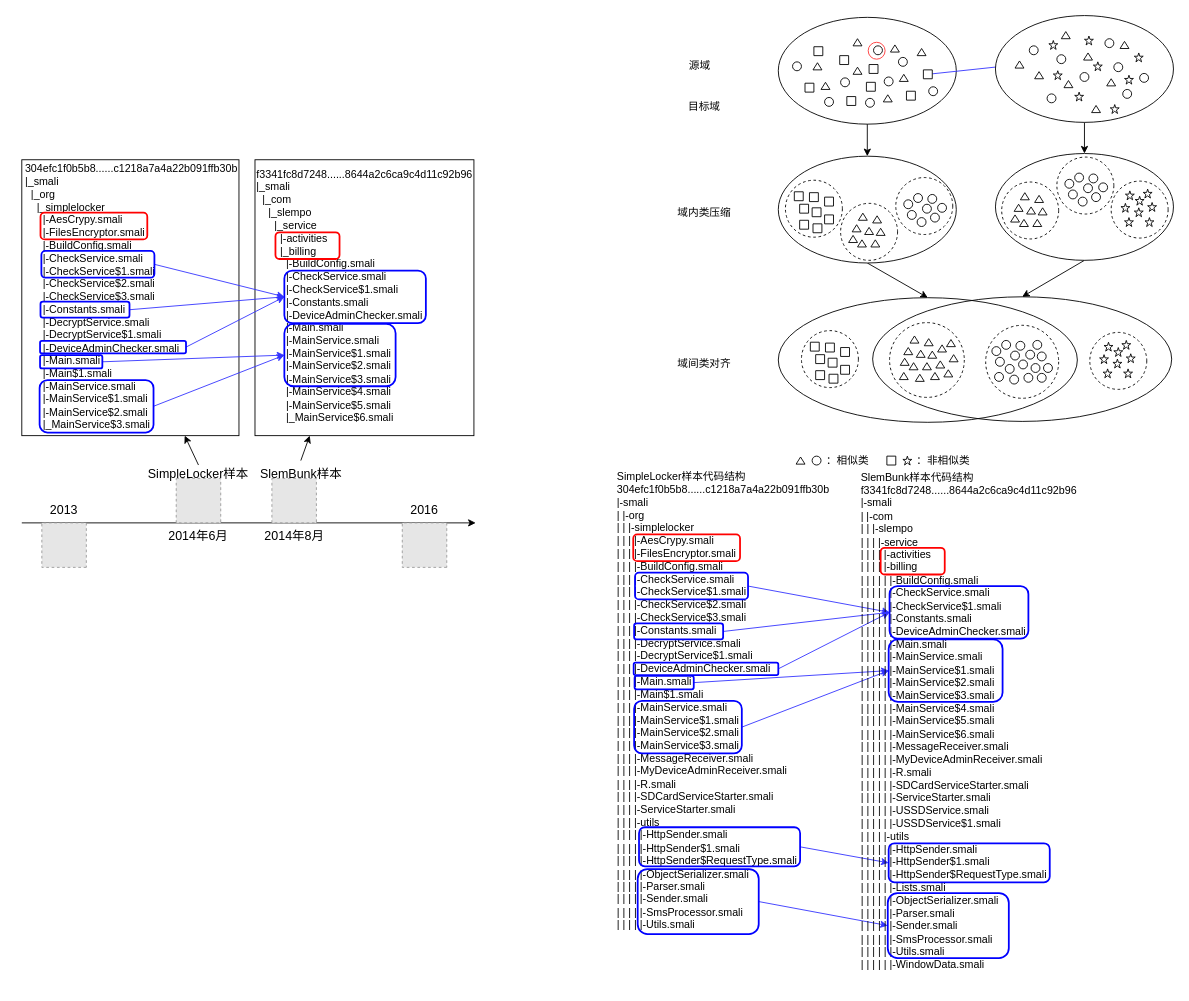
Above: motivationalExample.drawio in sunray42/diagrams (draw.io), before the change. Source tidied: cells renumbered, new cells numbered last; positions are measured from the earlier drawing's top-left corner, leaving out a move shared by most shapes. Both pictures are drawn from the tidied source at 89%, with x=0, y=0 at pixel (21, 15). Pictures stored in the file or linked from it are replaced by grey dashed boxes.
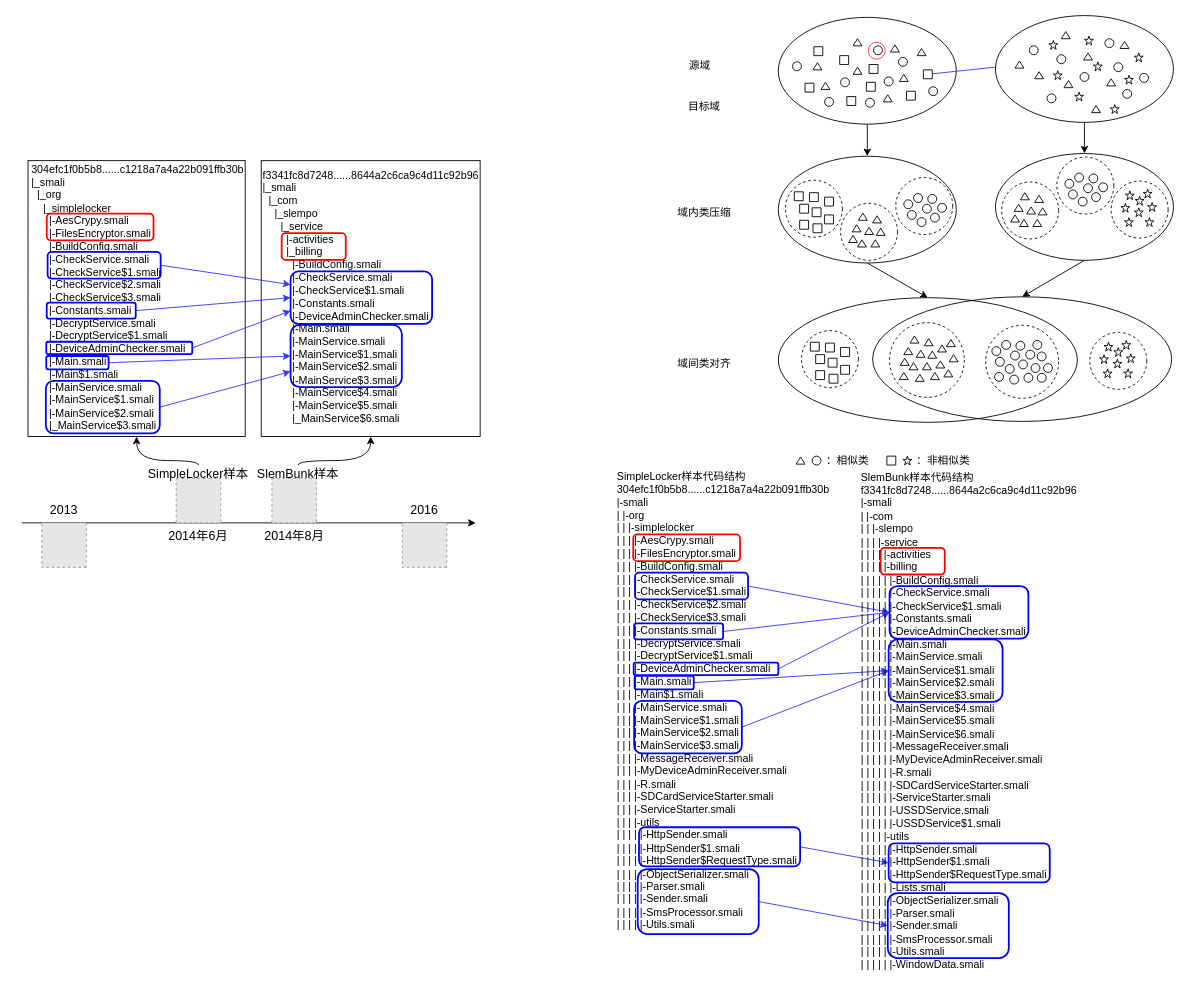
After the change.

Unchanged cells that the change refers to:
```xml
<mxCell id="221" value="SimpleLocker样本" style="text;html=1;strokeColor=none;fillColor=none;align=center;verticalAlign=middle;whiteSpace=wrap;rounded=0;fontSize=14;" parent="1" vertex="1">
  <mxGeometry x="141" y="505" width="115" height="20" as="geometry" />
</mxCell>
```

What changed in the source:
```diff
@@
     <mxCell id="2" value="&lt;div style=&quot;&quot;&gt;&lt;span style=&quot;background-color: initial;&quot;&gt;f3341fc8d7248......8644a2c6ca9c4d11c92b96&lt;/span&gt;&lt;br&gt;&lt;/div&gt;&lt;div style=&quot;&quot;&gt;&lt;font style=&quot;font-size: 12px;&quot;&gt;|_smali&lt;/font&gt;&lt;/div&gt;&lt;div style=&quot;&quot;&gt;&lt;font style=&quot;font-size: 12px;&quot;&gt;&amp;nbsp; |_com&lt;/font&gt;&lt;/div&gt;&lt;div style=&quot;&quot;&gt;&lt;font style=&quot;font-size: 12px;&quot;&gt;&lt;span style=&quot;&quot;&gt;&amp;nbsp; &amp;nbsp;&lt;/span&gt;&lt;span style=&quot;&quot;&gt;&amp;nbsp;&lt;/span&gt;|_slempo&lt;/font&gt;&lt;/div&gt;&lt;div style=&quot;&quot;&gt;&lt;font style=&quot;font-size: 12px;&quot;&gt;&lt;span style=&quot;&quot;&gt;&amp;nbsp; &amp;nbsp;&lt;/span&gt;&lt;span style=&quot;&quot;&gt;&amp;nbsp;&amp;nbsp;&lt;/span&gt;&lt;span style=&quot;&quot;&gt;&amp;nbsp;&lt;/span&gt;|_service&lt;/font&gt;&lt;/div&gt;&lt;div style=&quot;&quot;&gt;&lt;font style=&quot;font-size: 12px;&quot;&gt;&lt;span style=&quot;&quot;&gt;&amp;nbsp; &amp;nbsp;&lt;/span&gt;&lt;span style=&quot;&quot;&gt;&amp;nbsp;&amp;nbsp;&lt;/span&gt;&lt;span style=&quot;&quot;&gt;&amp;nbsp;&amp;nbsp;&lt;/span&gt;&lt;span style=&quot;&quot;&gt;&amp;nbsp;&lt;/span&gt;|-activities&lt;/font&gt;&lt;/div&gt;&lt;div style=&quot;&quot;&gt;&lt;font style=&quot;font-size: 12px;&quot;&gt;&lt;span style=&quot;&quot;&gt;&amp;nbsp; &amp;nbsp;&lt;/span&gt;&lt;span style=&quot;&quot;&gt;&amp;nbsp;&amp;nbsp;&lt;/span&gt;&lt;span style=&quot;&quot;&gt;&amp;nbsp;&amp;nbsp;&lt;/span&gt;&lt;span style=&quot;&quot;&gt;&amp;nbsp;&lt;/span&gt;|_billing&lt;/font&gt;&lt;/div&gt;&lt;div style=&quot;&quot;&gt;&lt;font style=&quot;font-size: 12px;&quot;&gt;&lt;span style=&quot;&quot;&gt;&amp;nbsp; &amp;nbsp;&lt;/span&gt;&lt;span style=&quot;&quot;&gt;&amp;nbsp;&amp;nbsp;&lt;/span&gt;&lt;span style=&quot;&quot;&gt;&amp;nbsp;&amp;nbsp;&lt;/span&gt;&lt;span style=&quot;&quot;&gt;&amp;nbsp;&amp;nbsp;&lt;/span&gt;&lt;span style=&quot;&quot;&gt;&amp;nbsp;&lt;/span&gt;|-BuildConfig.smali&lt;/font&gt;&lt;/div&gt;&lt;div style=&quot;&quot;&gt;&lt;font style=&quot;font-size: 12px;&quot;&gt;&lt;span style=&quot;&quot;&gt;&amp;nbsp; &amp;nbsp;&lt;/span&gt;&lt;span style=&quot;&quot;&gt;&amp;nbsp;&amp;nbsp;&lt;/span&gt;&lt;span style=&quot;&quot;&gt;&amp;nbsp;&amp;nbsp;&lt;/span&gt;&lt;span style=&quot;&quot;&gt;&amp;nbsp;&amp;nbsp;&lt;/span&gt;&lt;span style=&quot;&quot;&gt;&amp;nbsp;&lt;/span&gt;|-CheckService.smali&lt;/font&gt;&lt;/div&gt;&lt;div style=&quot;&quot;&gt;&lt;font style=&quot;font-size: 12px;&quot;&gt;&lt;span style=&quot;&quot;&gt;&amp;nbsp; &amp;nbsp;&lt;/span&gt;&lt;span style=&quot;&quot;&gt;&amp;nbsp;&amp;nbsp;&lt;/span&gt;&lt;span style=&quot;&quot;&gt;&amp;nbsp;&amp;nbsp;&lt;/span&gt;&lt;span style=&quot;&quot;&gt;&amp;nbsp;&amp;nbsp;&lt;/span&gt;&lt;span style=&quot;&quot;&gt;&amp;nbsp;&lt;/span&gt;|-CheckService$1.smali&lt;/font&gt;&lt;/div&gt;&lt;div style=&quot;&quot;&gt;&lt;font style=&quot;font-size: 12px;&quot;&gt;&lt;span style=&quot;&quot;&gt;&amp;nbsp; &amp;nbsp;&lt;/span&gt;&lt;span style=&quot;&quot;&gt;&amp;nbsp;&amp;nbsp;&lt;/span&gt;&lt;span style=&quot;&quot;&gt;&amp;nbsp;&amp;nbsp;&lt;/span&gt;&lt;span style=&quot;&quot;&gt;&amp;nbsp;&amp;nbsp;&lt;/span&gt;&lt;span style=&quot;&quot;&gt;&amp;nbsp;&lt;/span&gt;|-Constants.smali&lt;/font&gt;&lt;/div&gt;&lt;div style=&quot;&quot;&gt;&lt;font style=&quot;font-size: 12px;&quot;&gt;&lt;span style=&quot;&quot;&gt;&amp;nbsp; &amp;nbsp;&lt;/span&gt;&lt;span style=&quot;&quot;&gt;&amp;nbsp;&amp;nbsp;&lt;/span&gt;&lt;span style=&quot;&quot;&gt;&amp;nbsp;&amp;nbsp;&lt;/span&gt;&lt;span style=&quot;&quot;&gt;&amp;nbsp;&amp;nbsp;&lt;/span&gt;&lt;span style=&quot;&quot;&gt;&amp;nbsp;&lt;/span&gt;|-DeviceAdminChecker.smali&lt;/font&gt;&lt;/div&gt;&lt;div style=&quot;&quot;&gt;&lt;font style=&quot;font-size: 12px;&quot;&gt;&lt;span style=&quot;&quot;&gt;&amp;nbsp; &amp;nbsp;&lt;/span&gt;&lt;span style=&quot;&quot;&gt;&amp;nbsp;&amp;nbsp;&lt;/span&gt;&lt;span style=&quot;&quot;&gt;&amp;nbsp;&amp;nbsp;&lt;/span&gt;&lt;span style=&quot;&quot;&gt;&amp;nbsp;&amp;nbsp;&lt;/span&gt;&lt;span style=&quot;&quot;&gt;&amp;nbsp;&lt;/span&gt;|-Main.smali&lt;/font&gt;&lt;/div&gt;&lt;div style=&quot;&quot;&gt;&lt;font style=&quot;font-size: 12px;&quot;&gt;&lt;span style=&quot;&quot;&gt;&amp;nbsp; &amp;nbsp;&lt;/span&gt;&lt;span style=&quot;&quot;&gt;&amp;nbsp;&amp;nbsp;&lt;/span&gt;&lt;span style=&quot;&quot;&gt;&amp;nbsp;&amp;nbsp;&lt;/span&gt;&lt;span style=&quot;&quot;&gt;&amp;nbsp;&amp;nbsp;&lt;/span&gt;&lt;span style=&quot;&quot;&gt;&amp;nbsp;&lt;/span&gt;|-MainService.smali&lt;/font&gt;&lt;/div&gt;&lt;div style=&quot;&quot;&gt;&lt;font style=&quot;font-size: 12px;&quot;&gt;&lt;span style=&quot;&quot;&gt;&amp;nbsp; &amp;nbsp;&lt;/span&gt;&lt;span style=&quot;&quot;&gt;&amp;nbsp;&amp;nbsp;&lt;/span&gt;&lt;span style=&quot;&quot;&gt;&amp;nbsp;&amp;nbsp;&lt;/span&gt;&lt;span style=&quot;&quot;&gt;&amp;nbsp;&amp;nbsp;&lt;/span&gt;&lt;span style=&quot;&quot;&gt;&amp;nbsp;&lt;/span&gt;|-MainService$1.smali&lt;/font&gt;&lt;/div&gt;&lt;div style=&quot;&quot;&gt;&lt;font style=&quot;font-size: 12px;&quot;&gt;&lt;span style=&quot;&quot;&gt;&amp;nbsp; &amp;nbsp;&lt;/span&gt;&lt;span style=&quot;&quot;&gt;&amp;nbsp;&amp;nbsp;&lt;/span&gt;&lt;span style=&quot;&quot;&gt;&amp;nbsp;&amp;nbsp;&lt;/span&gt;&lt;span style=&quot;&quot;&gt;&amp;nbsp;&amp;nbsp;&lt;/span&gt;&lt;span style=&quot;&quot;&gt;&amp;nbsp;&lt;/span&gt;|-MainService$2.smali&lt;/font&gt;&lt;/div&gt;&lt;div style=&quot;&quot;&gt;&lt;font style=&quot;font-size: 12px;&quot;&gt;&lt;span style=&quot;&quot;&gt;&amp;nbsp; &amp;nbsp;&lt;/span&gt;&lt;span style=&quot;&quot;&gt;&amp;nbsp;&amp;nbsp;&lt;/span&gt;&lt;span style=&quot;&quot;&gt;&amp;nbsp;&amp;nbsp;&lt;/span&gt;&lt;span style=&quot;&quot;&gt;&amp;nbsp;&amp;nbsp;&lt;/span&gt;&lt;span style=&quot;&quot;&gt;&amp;nbsp;&lt;/span&gt;|-MainService$3.smali&lt;/font&gt;&lt;/div&gt;&lt;div style=&quot;&quot;&gt;&lt;font style=&quot;font-size: 12px;&quot;&gt;&lt;span style=&quot;&quot;&gt;&amp;nbsp; &amp;nbsp;&lt;/span&gt;&lt;span style=&quot;&quot;&gt;&amp;nbsp;&amp;nbsp;&lt;/span&gt;&lt;span style=&quot;&quot;&gt;&amp;nbsp;&amp;nbsp;&lt;/span&gt;&lt;span style=&quot;&quot;&gt;&amp;nbsp;&amp;nbsp;&lt;/span&gt;&lt;span style=&quot;&quot;&gt;&amp;nbsp;&lt;/span&gt;|-MainService$4.smali&lt;/font&gt;&lt;/div&gt;&lt;div style=&quot;&quot;&gt;&lt;font style=&quot;font-size: 12px;&quot;&gt;&lt;span style=&quot;&quot;&gt;&amp;nbsp; &amp;nbsp;&lt;/span&gt;&lt;span style=&quot;&quot;&gt;&amp;nbsp;&amp;nbsp;&lt;/span&gt;&lt;span style=&quot;&quot;&gt;&amp;nbsp;&amp;nbsp;&lt;/span&gt;&lt;span style=&quot;&quot;&gt;&amp;nbsp;&amp;nbsp;&lt;/span&gt;&lt;span style=&quot;&quot;&gt;&amp;nbsp;&lt;/span&gt;|-MainService$5.smali&lt;/font&gt;&lt;/div&gt;&lt;div style=&quot;&quot;&gt;&lt;font style=&quot;font-size: 12px;&quot;&gt;&lt;span style=&quot;&quot;&gt;&amp;nbsp;&amp;nbsp;&lt;/span&gt;&lt;span style=&quot;&quot;&gt;&amp;nbsp;&amp;nbsp;&lt;/span&gt;&lt;span style=&quot;&quot;&gt;&amp;nbsp;&amp;nbsp;&lt;/span&gt;&lt;span style=&quot;&quot;&gt;&amp;nbsp;&amp;nbsp;&lt;/span&gt;&lt;span style=&quot;&quot;&gt;&amp;nbsp;&amp;nbsp;&lt;/span&gt;|_MainService$6.smali&lt;/font&gt;&lt;/div&gt;" style="text;html=1;strokeColor=none;fillColor=none;align=left;verticalAlign=middle;whiteSpace=wrap;rounded=0;" parent="1" vertex="1">
-      <mxGeometry x="262" y="160" width="246" height="310" as="geometry" />
+      <mxGeometry x="269" y="161" width="246" height="310" as="geometry" />
     </mxCell>
     <mxCell id="3" value="&lt;div style=&quot;&quot;&gt;&lt;span style=&quot;background-color: initial;&quot;&gt;304efc1f0b5b8......c1218a7a4a22b091ffb30b&lt;/span&gt;&lt;br&gt;&lt;/div&gt;&lt;div style=&quot;&quot;&gt;&lt;font style=&quot;font-size: 12px;&quot;&gt;|_smali&lt;/font&gt;&lt;/div&gt;&lt;div style=&quot;&quot;&gt;&lt;font style=&quot;font-size: 12px;&quot;&gt;&amp;nbsp; |_org&lt;/font&gt;&lt;/div&gt;&lt;div style=&quot;&quot;&gt;&lt;font style=&quot;font-size: 12px;&quot;&gt;&lt;span style=&quot;&quot;&gt;&amp;nbsp; &amp;nbsp;&lt;/span&gt;&lt;span style=&quot;&quot;&gt;&amp;nbsp;&lt;/span&gt;|_simplelocker&lt;/font&gt;&lt;/div&gt;&lt;div style=&quot;&quot;&gt;&lt;font style=&quot;font-size: 12px;&quot;&gt;&lt;span style=&quot;&quot;&gt;&amp;nbsp; &amp;nbsp;&lt;/span&gt;&lt;span style=&quot;&quot;&gt;&amp;nbsp;&amp;nbsp;&lt;/span&gt;&lt;span style=&quot;&quot;&gt;&amp;nbsp;&lt;/span&gt;|-AesCrypy.smali&lt;/font&gt;&lt;/div&gt;&lt;div style=&quot;&quot;&gt;&lt;font style=&quot;font-size: 12px;&quot;&gt;&lt;span style=&quot;&quot;&gt;&amp;nbsp; &amp;nbsp;&lt;/span&gt;&lt;span style=&quot;&quot;&gt;&amp;nbsp;&amp;nbsp;&lt;/span&gt;&lt;span style=&quot;&quot;&gt;&amp;nbsp;&lt;/span&gt;|-FilesEncryptor.smali&lt;/font&gt;&lt;/div&gt;&lt;div style=&quot;&quot;&gt;&lt;font style=&quot;font-size: 12px;&quot;&gt;&lt;span style=&quot;&quot;&gt;&amp;nbsp; &amp;nbsp;&lt;/span&gt;&lt;span style=&quot;&quot;&gt;&amp;nbsp;&amp;nbsp;&lt;/span&gt;&lt;span style=&quot;&quot;&gt;&amp;nbsp;&lt;/span&gt;|-BuildConfig.smali&lt;/font&gt;&lt;/div&gt;&lt;div style=&quot;&quot;&gt;&lt;font style=&quot;font-size: 12px;&quot;&gt;&lt;span style=&quot;&quot;&gt;&amp;nbsp; &amp;nbsp;&lt;/span&gt;&lt;span style=&quot;&quot;&gt;&amp;nbsp;&amp;nbsp;&lt;/span&gt;&lt;span style=&quot;&quot;&gt;&amp;nbsp;&lt;/span&gt;|-CheckService.smali&lt;/font&gt;&lt;/div&gt;&lt;div style=&quot;&quot;&gt;&lt;font style=&quot;font-size: 12px;&quot;&gt;&lt;span style=&quot;&quot;&gt;&amp;nbsp; &amp;nbsp;&lt;/span&gt;&lt;span style=&quot;&quot;&gt;&amp;nbsp;&amp;nbsp;&lt;/span&gt;&lt;span style=&quot;&quot;&gt;&amp;nbsp;&lt;/span&gt;|-CheckService$1.smali&lt;/font&gt;&lt;/div&gt;&lt;div style=&quot;&quot;&gt;&lt;font style=&quot;font-size: 12px;&quot;&gt;&lt;span style=&quot;&quot;&gt;&amp;nbsp; &amp;nbsp;&lt;/span&gt;&lt;span style=&quot;&quot;&gt;&amp;nbsp;&amp;nbsp;&lt;/span&gt;&lt;span style=&quot;&quot;&gt;&amp;nbsp;&lt;/span&gt;|-CheckService$2.smali&lt;/font&gt;&lt;/div&gt;&lt;div style=&quot;&quot;&gt;&lt;font style=&quot;font-size: 12px;&quot;&gt;&lt;span style=&quot;&quot;&gt;&amp;nbsp; &amp;nbsp;&lt;/span&gt;&lt;span style=&quot;&quot;&gt;&amp;nbsp;&amp;nbsp;&lt;/span&gt;&lt;span style=&quot;&quot;&gt;&amp;nbsp;&lt;/span&gt;|-CheckService$3.smali&lt;/font&gt;&lt;/div&gt;&lt;div style=&quot;&quot;&gt;&lt;font style=&quot;font-size: 12px;&quot;&gt;&lt;span style=&quot;&quot;&gt;&amp;nbsp; &amp;nbsp;&lt;/span&gt;&lt;span style=&quot;&quot;&gt;&amp;nbsp;&amp;nbsp;&lt;/span&gt;&lt;span style=&quot;&quot;&gt;&amp;nbsp;&lt;/span&gt;|-Constants.smali&lt;/font&gt;&lt;/div&gt;&lt;div style=&quot;&quot;&gt;&lt;font style=&quot;font-size: 12px;&quot;&gt;&lt;span style=&quot;&quot;&gt;&amp;nbsp; &amp;nbsp;&lt;/span&gt;&lt;span style=&quot;&quot;&gt;&amp;nbsp;&amp;nbsp;&lt;/span&gt;&lt;span style=&quot;&quot;&gt;&amp;nbsp;&lt;/span&gt;|-DecryptService.smali&lt;/font&gt;&lt;/div&gt;&lt;div style=&quot;&quot;&gt;&lt;font style=&quot;font-size: 12px;&quot;&gt;&lt;span style=&quot;&quot;&gt;&amp;nbsp; &amp;nbsp;&lt;/span&gt;&lt;span style=&quot;&quot;&gt;&amp;nbsp;&amp;nbsp;&lt;/span&gt;&lt;span style=&quot;&quot;&gt;&amp;nbsp;&lt;/span&gt;|-DecryptService$1.smali&lt;/font&gt;&lt;/div&gt;&lt;div style=&quot;&quot;&gt;&lt;font style=&quot;font-size: 12px;&quot;&gt;&lt;span style=&quot;&quot;&gt;&amp;nbsp; &amp;nbsp;&lt;/span&gt;&lt;span style=&quot;&quot;&gt;&amp;nbsp;&amp;nbsp;&lt;/span&gt;&lt;span style=&quot;&quot;&gt;&amp;nbsp;&lt;/span&gt;|-DeviceAdminChecker.smali&lt;/font&gt;&lt;/div&gt;&lt;div style=&quot;&quot;&gt;&lt;font style=&quot;font-size: 12px;&quot;&gt;&lt;span style=&quot;&quot;&gt;&amp;nbsp; &amp;nbsp;&lt;/span&gt;&lt;span style=&quot;&quot;&gt;&amp;nbsp;&amp;nbsp;&lt;/span&gt;&lt;span style=&quot;&quot;&gt;&amp;nbsp;&lt;/span&gt;|-Main.smali&lt;/font&gt;&lt;/div&gt;&lt;div style=&quot;&quot;&gt;&lt;font style=&quot;font-size: 12px;&quot;&gt;&lt;span style=&quot;&quot;&gt;&amp;nbsp; &amp;nbsp;&lt;/span&gt;&lt;span style=&quot;&quot;&gt;&amp;nbsp;&amp;nbsp;&lt;/span&gt;&lt;span style=&quot;&quot;&gt;&amp;nbsp;&lt;/span&gt;|-Main$1.smali&lt;/font&gt;&lt;/div&gt;&lt;div style=&quot;&quot;&gt;&lt;font style=&quot;font-size: 12px;&quot;&gt;&lt;span style=&quot;&quot;&gt;&amp;nbsp; &amp;nbsp;&lt;/span&gt;&lt;span style=&quot;&quot;&gt;&amp;nbsp;&amp;nbsp;&lt;/span&gt;&lt;span style=&quot;&quot;&gt;&amp;nbsp;&lt;/span&gt;|-MainService.smali&lt;/font&gt;&lt;/div&gt;&lt;div style=&quot;&quot;&gt;&lt;font style=&quot;font-size: 12px;&quot;&gt;&lt;span style=&quot;&quot;&gt;&amp;nbsp; &amp;nbsp;&lt;/span&gt;&lt;span style=&quot;&quot;&gt;&amp;nbsp;&amp;nbsp;&lt;/span&gt;&lt;span style=&quot;&quot;&gt;&amp;nbsp;&lt;/span&gt;|-MainService$1.smali&lt;/font&gt;&lt;/div&gt;&lt;div style=&quot;&quot;&gt;&lt;font style=&quot;font-size: 12px;&quot;&gt;&lt;span style=&quot;&quot;&gt;&amp;nbsp; &amp;nbsp;&lt;/span&gt;&lt;span style=&quot;&quot;&gt;&amp;nbsp;&amp;nbsp;&lt;/span&gt;&lt;span style=&quot;&quot;&gt;&amp;nbsp;&lt;/span&gt;|-MainService$2.smali&lt;/font&gt;&lt;/div&gt;&lt;div style=&quot;&quot;&gt;&lt;font style=&quot;font-size: 12px;&quot;&gt;&lt;span style=&quot;&quot;&gt;&amp;nbsp; &amp;nbsp;&lt;/span&gt;&lt;span style=&quot;&quot;&gt;&amp;nbsp;&amp;nbsp;&lt;/span&gt;&lt;span style=&quot;&quot;&gt;&amp;nbsp;&lt;/span&gt;|_MainService$3.smali&lt;/font&gt;&lt;/div&gt;" style="text;html=1;strokeColor=none;fillColor=none;align=left;verticalAlign=middle;whiteSpace=wrap;rounded=0;" parent="1" vertex="1">
-      <mxGeometry x="2" y="155" width="254" height="322" as="geometry" />
+      <mxGeometry x="9" y="156" width="254" height="322" as="geometry" />
     </mxCell>
     <mxCell id="4" style="rounded=0;whiteSpace=wrap;html=1;strokeColor=#000000;strokeWidth=1;fontSize=14;fillColor=none;" parent="1" vertex="1">
-      <mxGeometry x="262" y="162" width="246" height="310" as="geometry" />
+      <mxGeometry x="269" y="163" width="246" height="310" as="geometry" />
     </mxCell>
     <mxCell id="5" style="rounded=0;whiteSpace=wrap;html=1;strokeColor=#000000;strokeWidth=1;fontSize=14;fillColor=none;" parent="1" vertex="1">
-      <mxGeometry y="162" width="244" height="310" as="geometry" />
+      <mxGeometry x="7" y="163" width="244" height="310" as="geometry" />
     </mxCell>
@@
-    <mxCell id="182" style="edgeStyle=none;rounded=0;jettySize=auto;html=1;exitX=1;exitY=0.5;exitDx=0;exitDy=0;entryX=0;entryY=0.5;entryDx=0;entryDy=0;fontSize=12;strokeColor=#3333FF;" parent="1" edge="1" source="225" target="231">
+    <mxCell id="182" style="edgeStyle=none;rounded=0;jettySize=auto;html=1;exitX=1;exitY=0.5;exitDx=0;exitDy=0;entryX=0;entryY=0.25;entryDx=0;entryDy=0;fontSize=12;strokeColor=#3333FF;" parent="1" edge="1" source="225" target="231">
       <mxGeometry relative="1" as="geometry" />
     </mxCell>
@@
-    <mxCell id="184" style="edgeStyle=none;rounded=0;jettySize=auto;html=1;exitX=1;exitY=0.5;exitDx=0;exitDy=0;entryX=0;entryY=0.5;entryDx=0;entryDy=0;strokeColor=#3333FF;fontSize=12;" parent="1" edge="1" source="227" target="231">
+    <mxCell id="184" style="edgeStyle=none;rounded=0;jettySize=auto;html=1;exitX=1;exitY=0.5;exitDx=0;exitDy=0;entryX=0;entryY=0.75;entryDx=0;entryDy=0;strokeColor=#3333FF;fontSize=12;" parent="1" edge="1" source="227" target="231">
       <mxGeometry relative="1" as="geometry" />
     </mxCell>
-    <mxCell id="185" style="edgeStyle=none;rounded=0;jettySize=auto;html=1;exitX=1;exitY=0.5;exitDx=0;exitDy=0;entryX=0;entryY=0.5;entryDx=0;entryDy=0;strokeColor=#3333FF;fontSize=12;" parent="1" edge="1" source="228" target="232">
+    <mxCell id="185" style="edgeStyle=none;rounded=0;jettySize=auto;html=1;exitX=1;exitY=0.5;exitDx=0;exitDy=0;entryX=0;entryY=0.75;entryDx=0;entryDy=0;strokeColor=#3333FF;fontSize=12;" parent="1" edge="1" source="228" target="232">
       <mxGeometry relative="1" as="geometry" />
     </mxCell>
@@
-    <mxCell id="220" style="edgeStyle=none;rounded=0;jettySize=auto;html=1;exitX=0.5;exitY=0;exitDx=0;exitDy=0;entryX=0.75;entryY=1;entryDx=0;entryDy=0;strokeColor=#000000;strokeWidth=1;fontSize=14;" parent="1" edge="1" source="221" target="5">
-      <mxGeometry relative="1" as="geometry" />
+    <mxCell id="220" style="edgeStyle=orthogonalEdgeStyle;rounded=0;jettySize=auto;html=1;exitX=0.5;exitY=0;exitDx=0;exitDy=0;entryX=0.5;entryY=1;entryDx=0;entryDy=0;strokeColor=#000000;strokeWidth=1;fontSize=14;curved=1;" parent="1" edge="1" source="221" target="5">
+      <mxGeometry relative="1" as="geometry">
+        <Array as="points">
+          <mxPoint x="199" y="500" />
+          <mxPoint x="129" y="500" />
+        </Array>
+      </mxGeometry>
     </mxCell>
@@
-    <mxCell id="222" style="edgeStyle=none;rounded=0;jettySize=auto;html=1;exitX=0.5;exitY=0;exitDx=0;exitDy=0;entryX=0.25;entryY=1;entryDx=0;entryDy=0;strokeColor=#000000;strokeWidth=1;fontSize=14;" parent="1" edge="1" source="223" target="4">
-      <mxGeometry relative="1" as="geometry" />
-    </mxCell>
-    <mxCell id="223" value="SlemBunk样本" style="text;html=1;strokeColor=none;fillColor=none;align=center;verticalAlign=middle;whiteSpace=wrap;rounded=0;fontSize=14;" parent="1" vertex="1">
-      <mxGeometry x="263.5" y="500" width="100" height="30" as="geometry" />
-    </mxCell>
     <mxCell id="224" style="rounded=1;whiteSpace=wrap;html=1;strokeColor=#FF0000;fontSize=12;fillColor=none;strokeWidth=2;" parent="1" vertex="1">
-      <mxGeometry x="21" y="221.5" width="120" height="30" as="geometry" />
+      <mxGeometry x="28" y="222.5" width="120" height="30" as="geometry" />
     </mxCell>
     <mxCell id="225" style="rounded=1;whiteSpace=wrap;html=1;strokeColor=#0000FF;strokeWidth=2;fontSize=12;fillColor=none;" parent="1" vertex="1">
-      <mxGeometry x="22" y="264.5" width="127" height="30" as="geometry" />
+      <mxGeometry x="29" y="265.5" width="127" height="30" as="geometry" />
     </mxCell>
     <mxCell id="226" style="rounded=1;whiteSpace=wrap;html=1;strokeColor=#0000FF;strokeWidth=2;fontSize=12;fillColor=none;" parent="1" vertex="1">
-      <mxGeometry x="21" y="321.5" width="100" height="18" as="geometry" />
+      <mxGeometry x="28" y="322.5" width="100" height="18" as="geometry" />
     </mxCell>
     <mxCell id="227" style="rounded=1;whiteSpace=wrap;html=1;strokeColor=#0000FF;strokeWidth=2;fontSize=12;fillColor=none;" parent="1" vertex="1">
-      <mxGeometry x="20.5" y="365.5" width="164" height="14" as="geometry" />
+      <mxGeometry x="27.5" y="366.5" width="164" height="14" as="geometry" />
     </mxCell>
     <mxCell id="228" style="rounded=1;whiteSpace=wrap;html=1;strokeColor=#0000FF;strokeWidth=2;fontSize=12;fillColor=none;" parent="1" vertex="1">
-      <mxGeometry x="20" y="409.5" width="128" height="59" as="geometry" />
+      <mxGeometry x="27" y="410.5" width="128" height="59" as="geometry" />
     </mxCell>
     <mxCell id="229" style="rounded=1;whiteSpace=wrap;html=1;strokeColor=#0000FF;strokeWidth=2;fontSize=12;fillColor=none;" parent="1" vertex="1">
-      <mxGeometry x="20.5" y="381.5" width="70" height="15" as="geometry" />
+      <mxGeometry x="27.5" y="382.5" width="70" height="15" as="geometry" />
     </mxCell>
     <mxCell id="230" style="rounded=1;whiteSpace=wrap;html=1;strokeColor=#FF0000;fontSize=12;fillColor=none;strokeWidth=2;" parent="1" vertex="1">
-      <mxGeometry x="285" y="243.5" width="72" height="30" as="geometry" />
+      <mxGeometry x="292" y="244.5" width="72" height="30" as="geometry" />
     </mxCell>
     <mxCell id="231" style="rounded=1;whiteSpace=wrap;html=1;strokeColor=#0000FF;strokeWidth=2;fontSize=12;fillColor=none;" parent="1" vertex="1">
-      <mxGeometry x="295" y="286.5" width="159" height="59" as="geometry" />
+      <mxGeometry x="302" y="287.5" width="159" height="59" as="geometry" />
     </mxCell>
     <mxCell id="232" style="rounded=1;whiteSpace=wrap;html=1;strokeColor=#0000FF;strokeWidth=2;fontSize=12;fillColor=none;" parent="1" vertex="1">
-      <mxGeometry x="295" y="346.5" width="125" height="70" as="geometry" />
+      <mxGeometry x="302" y="347.5" width="125" height="70" as="geometry" />
     </mxCell>
+    <mxCell id="222" style="edgeStyle=orthogonalEdgeStyle;curved=1;rounded=0;jettySize=auto;html=1;exitX=0.5;exitY=0;exitDx=0;exitDy=0;entryX=0.5;entryY=1;entryDx=0;entryDy=0;strokeColor=#000000;strokeWidth=1;fontSize=14;" parent="1" edge="1" source="223" target="4">
+      <mxGeometry relative="1" as="geometry">
+        <Array as="points">
+          <mxPoint x="311" y="500" />
+          <mxPoint x="392" y="500" />
+        </Array>
+      </mxGeometry>
+    </mxCell>
+    <mxCell id="223" value="SlemBunk样本" style="text;html=1;strokeColor=none;fillColor=none;align=center;verticalAlign=middle;whiteSpace=wrap;rounded=0;fontSize=14;" parent="1" vertex="1">
+      <mxGeometry x="253" y="505" width="115" height="20" as="geometry" />
+    </mxCell>
```
